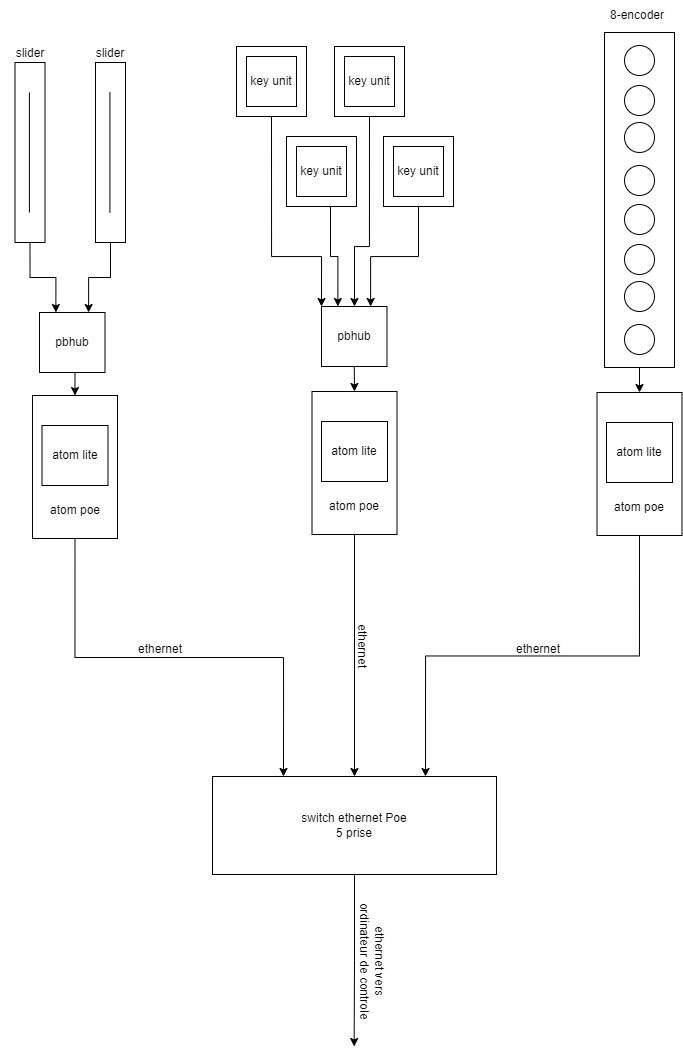
Earlier version of the draw.io export docs/preproduction/medias/schemas/schema_branchement_boite_sonore.png (YourAntidote/66B-modele_de_projet). Source tidied: cells renumbered, new cells last; positions are measured from the earlier drawing's top-left corner, leaving out a move shared by most shapes.
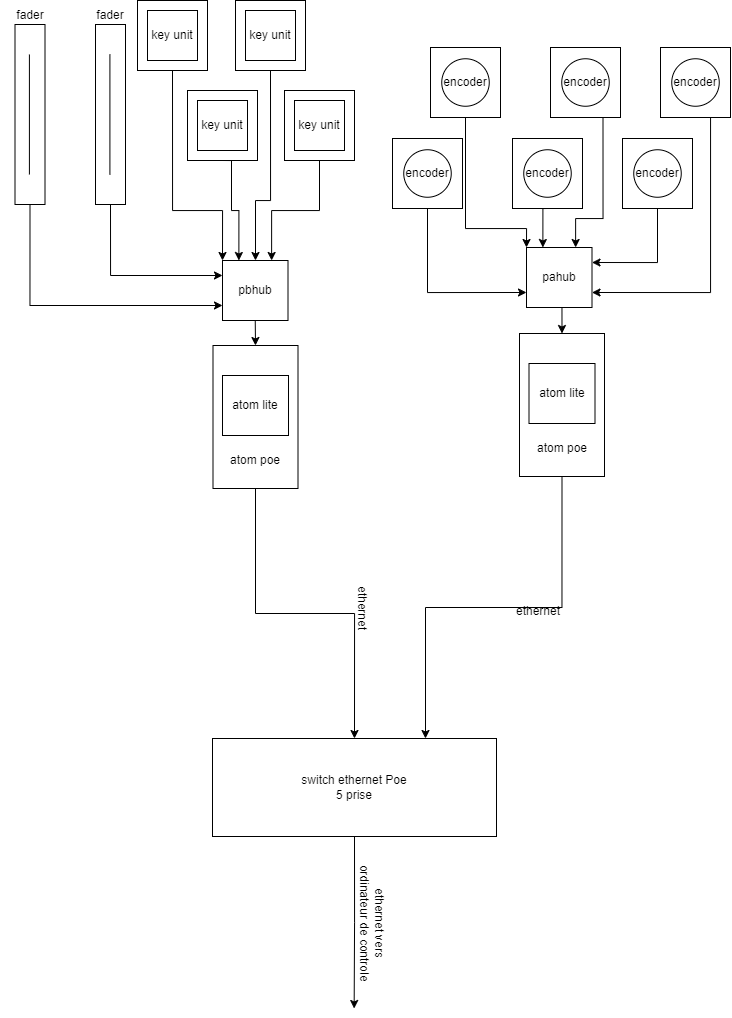
The same file after the commit.

Diff of the diagram source:
```diff
@@ -2,18 +2,6 @@
   <root>
     <mxCell id="0" />
     <mxCell id="1" parent="0" />
-    <mxCell id="2" style="edgeStyle=orthogonalEdgeStyle;rounded=0;jettySize=auto;html=1;exitX=1;exitY=0.5;exitDx=0;exitDy=0;entryX=0.25;entryY=0;entryDx=0;entryDy=0;" parent="1" edge="1" source="3" target="15">
-      <mxGeometry relative="1" as="geometry" />
-    </mxCell>
-    <mxCell id="3" style="rounded=0;whiteSpace=wrap;html=1;rotation=90;" parent="1" vertex="1">
-      <mxGeometry x="63" y="424" width="143" height="85" as="geometry" />
-    </mxCell>
-    <mxCell id="4" value="atom lite" style="rounded=0;whiteSpace=wrap;html=1;" parent="1" vertex="1">
-      <mxGeometry x="101.5" y="425" width="66" height="60" as="geometry" />
-    </mxCell>
-    <mxCell id="5" value="atom poe" style="text;html=1;strokeColor=none;fillColor=none;align=center;verticalAlign=middle;whiteSpace=wrap;rounded=0;" parent="1" vertex="1">
-      <mxGeometry x="104.5" y="495" width="60" height="30" as="geometry" />
-    </mxCell>
     <mxCell id="6" style="edgeStyle=orthogonalEdgeStyle;rounded=0;jettySize=auto;html=1;exitX=1;exitY=0.5;exitDx=0;exitDy=0;entryX=0.5;entryY=0;entryDx=0;entryDy=0;" parent="1" edge="1" source="7" target="15">
       <mxGeometry relative="1" as="geometry" />
     </mxCell>
@@ -30,69 +18,60 @@
       <mxGeometry relative="1" as="geometry" />
     </mxCell>
     <mxCell id="11" style="rounded=0;whiteSpace=wrap;html=1;rotation=90;" parent="1" vertex="1">
-      <mxGeometry x="627.5" y="421" width="143" height="85" as="geometry" />
+      <mxGeometry x="649" y="408" width="143" height="85" as="geometry" />
     </mxCell>
     <mxCell id="12" value="atom lite" style="rounded=0;whiteSpace=wrap;html=1;" parent="1" vertex="1">
-      <mxGeometry x="666" y="422" width="66" height="60" as="geometry" />
+      <mxGeometry x="687.5" y="409" width="66" height="60" as="geometry" />
     </mxCell>
     <mxCell id="13" value="atom poe" style="text;html=1;strokeColor=none;fillColor=none;align=center;verticalAlign=middle;whiteSpace=wrap;rounded=0;" parent="1" vertex="1">
-      <mxGeometry x="669" y="492" width="60" height="30" as="geometry" />
+      <mxGeometry x="690.5" y="479" width="60" height="30" as="geometry" />
     </mxCell>
     <mxCell id="14" style="edgeStyle=orthogonalEdgeStyle;rounded=0;jettySize=auto;html=1;exitX=0.5;exitY=1;exitDx=0;exitDy=0;" parent="1" edge="1" source="15">
       <mxGeometry relative="1" as="geometry">
-        <mxPoint x="413.6" y="1046" as="targetPoint" />
+        <mxPoint x="512.6" y="1054" as="targetPoint" />
       </mxGeometry>
     </mxCell>
     <mxCell id="15" value="switch ethernet Poe&lt;br&gt;5 prise" style="rounded=0;whiteSpace=wrap;html=1;" parent="1" vertex="1">
-      <mxGeometry x="272" y="776" width="284" height="98" as="geometry" />
+      <mxGeometry x="371" y="784" width="284" height="98" as="geometry" />
     </mxCell>
-    <mxCell id="16" value="ethernet" style="text;html=1;strokeColor=none;fillColor=none;align=center;verticalAlign=middle;whiteSpace=wrap;rounded=0;" parent="1" vertex="1">
-      <mxGeometry x="190" y="634" width="60" height="30" as="geometry" />
-    </mxCell>
     <mxCell id="17" value="ethernet" style="text;html=1;strokeColor=none;fillColor=none;align=center;verticalAlign=middle;whiteSpace=wrap;rounded=0;" parent="1" vertex="1">
-      <mxGeometry x="567.5" y="634" width="60" height="30" as="geometry" />
+      <mxGeometry x="666.5" y="642" width="60" height="30" as="geometry" />
     </mxCell>
     <mxCell id="18" value="ethernet" style="text;html=1;strokeColor=none;fillColor=none;align=center;verticalAlign=middle;whiteSpace=wrap;rounded=0;rotation=90;" parent="1" vertex="1">
-      <mxGeometry x="392" y="631" width="60" height="30" as="geometry" />
+      <mxGeometry x="491" y="639" width="60" height="30" as="geometry" />
     </mxCell>
     <mxCell id="19" value="ethernet vers ordinateur de controle" style="text;html=1;strokeColor=none;fillColor=none;align=center;verticalAlign=middle;whiteSpace=wrap;rounded=0;rotation=90;" parent="1" vertex="1">
-      <mxGeometry x="370" y="946" width="123" height="30" as="geometry" />
+      <mxGeometry x="469" y="954" width="123" height="30" as="geometry" />
     </mxCell>
-    <mxCell id="20" style="edgeStyle=orthogonalEdgeStyle;rounded=0;jettySize=auto;html=1;exitX=0;exitY=0.5;exitDx=0;exitDy=0;entryX=0.25;entryY=0;entryDx=0;entryDy=0;" parent="1" edge="1" source="21" target="25">
-      <mxGeometry relative="1" as="geometry" />
-    </mxCell>
+    <mxCell id="55" style="edgeStyle=orthogonalEdgeStyle;rounded=0;jettySize=auto;html=1;exitX=0;exitY=0.5;exitDx=0;exitDy=0;entryX=0;entryY=0.75;entryDx=0;entryDy=0;" parent="1" edge="1" source="21" target="31">
+      <mxGeometry relative="1" as="geometry" />
+    </mxCell>
     <mxCell id="21" style="rounded=0;whiteSpace=wrap;html=1;rotation=-90;" parent="1" vertex="1">
-      <mxGeometry x="-0.5" y="137" width="180" height="30" as="geometry" />
+      <mxGeometry x="98.5" y="145" width="180" height="30" as="geometry" />
     </mxCell>
     <mxCell id="22" style="endArrow=none;html=1;rounded=0;" parent="1" edge="1">
       <mxGeometry relative="1" as="geometry">
-        <mxPoint x="88.9" y="212" as="sourcePoint" />
-        <mxPoint x="88.9" y="92" as="targetPoint" />
+        <mxPoint x="187.9" y="220" as="sourcePoint" />
+        <mxPoint x="187.9" y="100" as="targetPoint" />
       </mxGeometry>
     </mxCell>
-    <mxCell id="23" value="slider" style="text;html=1;strokeColor=none;fillColor=none;align=center;verticalAlign=middle;whiteSpace=wrap;rounded=0;" parent="1" vertex="1">
-      <mxGeometry x="59.5" y="38" width="60" height="30" as="geometry" />
+    <mxCell id="23" value="fader" style="text;html=1;strokeColor=none;fillColor=none;align=center;verticalAlign=middle;whiteSpace=wrap;rounded=0;" parent="1" vertex="1">
+      <mxGeometry x="158.5" y="46" width="60" height="30" as="geometry" />
     </mxCell>
-    <mxCell id="24" style="edgeStyle=orthogonalEdgeStyle;rounded=0;jettySize=auto;html=1;exitX=0.5;exitY=1;exitDx=0;exitDy=0;entryX=0;entryY=0.5;entryDx=0;entryDy=0;" parent="1" edge="1" source="25" target="3">
-      <mxGeometry relative="1" as="geometry" />
-    </mxCell>
-    <mxCell id="25" value="pbhub" style="rounded=0;whiteSpace=wrap;html=1;" parent="1" vertex="1">
-      <mxGeometry x="99" y="312" width="65.5" height="60" as="geometry" />
-    </mxCell>
-    <mxCell id="26" style="edgeStyle=orthogonalEdgeStyle;rounded=0;jettySize=auto;html=1;exitX=0;exitY=0.5;exitDx=0;exitDy=0;entryX=0.75;entryY=0;entryDx=0;entryDy=0;" parent="1" edge="1" source="27" target="25">
-      <mxGeometry relative="1" as="geometry" />
-    </mxCell>
+    <mxCell id="56" style="edgeStyle=orthogonalEdgeStyle;rounded=0;jettySize=auto;html=1;exitX=0;exitY=0.5;exitDx=0;exitDy=0;entryX=0;entryY=0.25;entryDx=0;entryDy=0;" parent="1" edge="1" source="27" target="31">
+      <mxGeometry relative="1" as="geometry" />
+    </mxCell>
     <mxCell id="27" style="rounded=0;whiteSpace=wrap;html=1;rotation=-90;" parent="1" vertex="1">
-      <mxGeometry x="80" y="137" width="180" height="30" as="geometry" />
+      <mxGeometry x="179" y="145" width="180" height="30" as="geometry" />
     </mxCell>
     <mxCell id="28" style="endArrow=none;html=1;rounded=0;" parent="1" edge="1">
       <mxGeometry relative="1" as="geometry">
-        <mxPoint x="169.4" y="212" as="sourcePoint" />
-        <mxPoint x="169.4" y="92" as="targetPoint" />
+        <mxPoint x="268.4" y="220" as="sourcePoint" />
+        <mxPoint x="268.4" y="100" as="targetPoint" />
       </mxGeometry>
     </mxCell>
-    <mxCell id="29" value="slider" style="text;html=1;strokeColor=none;fillColor=none;align=center;verticalAlign=middle;whiteSpace=wrap;rounded=0;" parent="1" vertex="1">
-      <mxGeometry x="140" y="38" width="60" height="30" as="geometry" />
+    <mxCell id="29" value="fader" style="text;html=1;strokeColor=none;fillColor=none;align=center;verticalAlign=middle;whiteSpace=wrap;rounded=0;" parent="1" vertex="1">
+      <mxGeometry x="239" y="46" width="60" height="30" as="geometry" />
     </mxCell>
     <mxCell id="30" style="edgeStyle=orthogonalEdgeStyle;rounded=0;jettySize=auto;html=1;exitX=0.5;exitY=1;exitDx=0;exitDy=0;entryX=0;entryY=0.5;entryDx=0;entryDy=0;" parent="1" edge="1" source="31" target="7">
       <mxGeometry relative="1" as="geometry" />
@@ -152,38 +131,80 @@
     <mxCell id="43" value="key unit" style="whiteSpace=wrap;html=1;" parent="1" vertex="1">
       <mxGeometry x="453" y="146" width="50" height="50" as="geometry" />
     </mxCell>
-    <mxCell id="44" style="edgeStyle=orthogonalEdgeStyle;rounded=0;jettySize=auto;html=1;exitX=0.5;exitY=1;exitDx=0;exitDy=0;entryX=0;entryY=0.5;entryDx=0;entryDy=0;" parent="1" edge="1" source="45" target="11">
-      <mxGeometry relative="1" as="geometry" />
-    </mxCell>
-    <mxCell id="45" style="rounded=0;whiteSpace=wrap;html=1;" parent="1" vertex="1">
-      <mxGeometry x="664" y="32" width="70" height="335" as="geometry" />
-    </mxCell>
-    <mxCell id="46" value="8-encoder" style="text;html=1;strokeColor=none;fillColor=none;align=center;verticalAlign=middle;whiteSpace=wrap;rounded=0;" parent="1" vertex="1">
-      <mxGeometry x="667" width="60" height="30" as="geometry" />
-    </mxCell>
-    <mxCell id="47" style="ellipse;whiteSpace=wrap;html=1;" parent="1" vertex="1">
-      <mxGeometry x="684" y="45" width="30" height="30" as="geometry" />
-    </mxCell>
-    <mxCell id="48" style="ellipse;whiteSpace=wrap;html=1;" parent="1" vertex="1">
-      <mxGeometry x="684" y="85" width="30" height="30" as="geometry" />
-    </mxCell>
-    <mxCell id="49" style="ellipse;whiteSpace=wrap;html=1;" parent="1" vertex="1">
-      <mxGeometry x="684" y="122" width="30" height="30" as="geometry" />
-    </mxCell>
-    <mxCell id="50" style="ellipse;whiteSpace=wrap;html=1;" parent="1" vertex="1">
-      <mxGeometry x="684" y="165" width="30" height="30" as="geometry" />
-    </mxCell>
-    <mxCell id="51" style="ellipse;whiteSpace=wrap;html=1;" parent="1" vertex="1">
-      <mxGeometry x="684" y="204" width="30" height="30" as="geometry" />
-    </mxCell>
-    <mxCell id="52" style="ellipse;whiteSpace=wrap;html=1;" parent="1" vertex="1">
-      <mxGeometry x="684" y="244" width="30" height="30" as="geometry" />
-    </mxCell>
-    <mxCell id="53" style="ellipse;whiteSpace=wrap;html=1;" parent="1" vertex="1">
-      <mxGeometry x="684" y="281" width="30" height="30" as="geometry" />
-    </mxCell>
-    <mxCell id="54" style="ellipse;whiteSpace=wrap;html=1;" parent="1" vertex="1">
-      <mxGeometry x="684" y="324" width="30" height="30" as="geometry" />
-    </mxCell>
+    <mxCell id="57" style="edgeStyle=orthogonalEdgeStyle;rounded=0;jettySize=auto;html=1;exitX=0.5;exitY=1;exitDx=0;exitDy=0;entryX=0;entryY=0.5;entryDx=0;entryDy=0;" parent="1" edge="1" source="58" target="11">
+      <mxGeometry relative="1" as="geometry" />
+    </mxCell>
+    <mxCell id="58" value="pahub" style="rounded=0;whiteSpace=wrap;html=1;" parent="1" vertex="1">
+      <mxGeometry x="685" y="293" width="65.5" height="60" as="geometry" />
+    </mxCell>
+    <mxCell id="59" style="edgeStyle=orthogonalEdgeStyle;rounded=0;jettySize=auto;html=1;exitX=0.5;exitY=1;exitDx=0;exitDy=0;entryX=0;entryY=0;entryDx=0;entryDy=0;" parent="1" edge="1" source="60" target="58">
+      <mxGeometry relative="1" as="geometry">
+        <Array as="points">
+          <mxPoint x="624" y="274" />
+          <mxPoint x="685" y="274" />
+        </Array>
+      </mxGeometry>
+    </mxCell>
+    <mxCell id="60" style="whiteSpace=wrap;html=1;" parent="1" vertex="1">
+      <mxGeometry x="589" y="93" width="70" height="70" as="geometry" />
+    </mxCell>
+    <mxCell id="61" value="encoder" style="ellipse;whiteSpace=wrap;html=1;" parent="1" vertex="1">
+      <mxGeometry x="600.2" y="104.2" width="47.5" height="47.5" as="geometry" />
+    </mxCell>
+    <mxCell id="62" style="edgeStyle=orthogonalEdgeStyle;rounded=0;jettySize=auto;html=1;exitX=0.75;exitY=1;exitDx=0;exitDy=0;entryX=0.75;entryY=0;entryDx=0;entryDy=0;" parent="1" edge="1" source="63" target="58">
+      <mxGeometry relative="1" as="geometry">
+        <Array as="points">
+          <mxPoint x="762" y="264" />
+          <mxPoint x="734" y="264" />
+        </Array>
+      </mxGeometry>
+    </mxCell>
+    <mxCell id="63" style="whiteSpace=wrap;html=1;" parent="1" vertex="1">
+      <mxGeometry x="709" y="93" width="70" height="70" as="geometry" />
+    </mxCell>
+    <mxCell id="64" value="encoder" style="ellipse;whiteSpace=wrap;html=1;" parent="1" vertex="1">
+      <mxGeometry x="720.2" y="104.2" width="47.5" height="47.5" as="geometry" />
+    </mxCell>
+    <mxCell id="65" style="edgeStyle=orthogonalEdgeStyle;rounded=0;jettySize=auto;html=1;exitX=0.5;exitY=1;exitDx=0;exitDy=0;entryX=1;entryY=0.75;entryDx=0;entryDy=0;" parent="1" edge="1" source="66" target="58">
+      <mxGeometry relative="1" as="geometry">
+        <Array as="points">
+          <mxPoint x="869" y="163" />
+          <mxPoint x="869" y="338" />
+        </Array>
+      </mxGeometry>
+    </mxCell>
+    <mxCell id="66" style="whiteSpace=wrap;html=1;" parent="1" vertex="1">
+      <mxGeometry x="819" y="93" width="70" height="70" as="geometry" />
+    </mxCell>
+    <mxCell id="67" value="encoder" style="ellipse;whiteSpace=wrap;html=1;" parent="1" vertex="1">
+      <mxGeometry x="830.2" y="104.2" width="47.5" height="47.5" as="geometry" />
+    </mxCell>
+    <mxCell id="68" style="edgeStyle=orthogonalEdgeStyle;rounded=0;jettySize=auto;html=1;exitX=0.5;exitY=1;exitDx=0;exitDy=0;entryX=0;entryY=0.75;entryDx=0;entryDy=0;" parent="1" edge="1" source="69" target="58">
+      <mxGeometry relative="1" as="geometry" />
+    </mxCell>
+    <mxCell id="69" style="whiteSpace=wrap;html=1;" parent="1" vertex="1">
+      <mxGeometry x="551" y="184" width="70" height="70" as="geometry" />
+    </mxCell>
+    <mxCell id="70" value="encoder" style="ellipse;whiteSpace=wrap;html=1;" parent="1" vertex="1">
+      <mxGeometry x="562.2" y="195.2" width="47.5" height="47.5" as="geometry" />
+    </mxCell>
+    <mxCell id="71" style="edgeStyle=orthogonalEdgeStyle;rounded=0;jettySize=auto;html=1;exitX=0.5;exitY=1;exitDx=0;exitDy=0;entryX=0.25;entryY=0;entryDx=0;entryDy=0;" parent="1" edge="1" source="72" target="58">
+      <mxGeometry relative="1" as="geometry" />
+    </mxCell>
+    <mxCell id="72" style="whiteSpace=wrap;html=1;" parent="1" vertex="1">
+      <mxGeometry x="671" y="184" width="70" height="70" as="geometry" />
+    </mxCell>
+    <mxCell id="73" value="encoder" style="ellipse;whiteSpace=wrap;html=1;" parent="1" vertex="1">
+      <mxGeometry x="682.2" y="195.2" width="47.5" height="47.5" as="geometry" />
+    </mxCell>
+    <mxCell id="74" style="edgeStyle=orthogonalEdgeStyle;rounded=0;jettySize=auto;html=1;exitX=0.5;exitY=1;exitDx=0;exitDy=0;entryX=1;entryY=0.25;entryDx=0;entryDy=0;" parent="1" edge="1" source="75" target="58">
+      <mxGeometry relative="1" as="geometry" />
+    </mxCell>
+    <mxCell id="75" style="whiteSpace=wrap;html=1;" parent="1" vertex="1">
+      <mxGeometry x="781" y="184" width="70" height="70" as="geometry" />
+    </mxCell>
+    <mxCell id="76" value="encoder" style="ellipse;whiteSpace=wrap;html=1;" parent="1" vertex="1">
+      <mxGeometry x="792.2" y="195.2" width="47.5" height="47.5" as="geometry" />
+    </mxCell>
   </root>
 </mxGraphModel>
```
